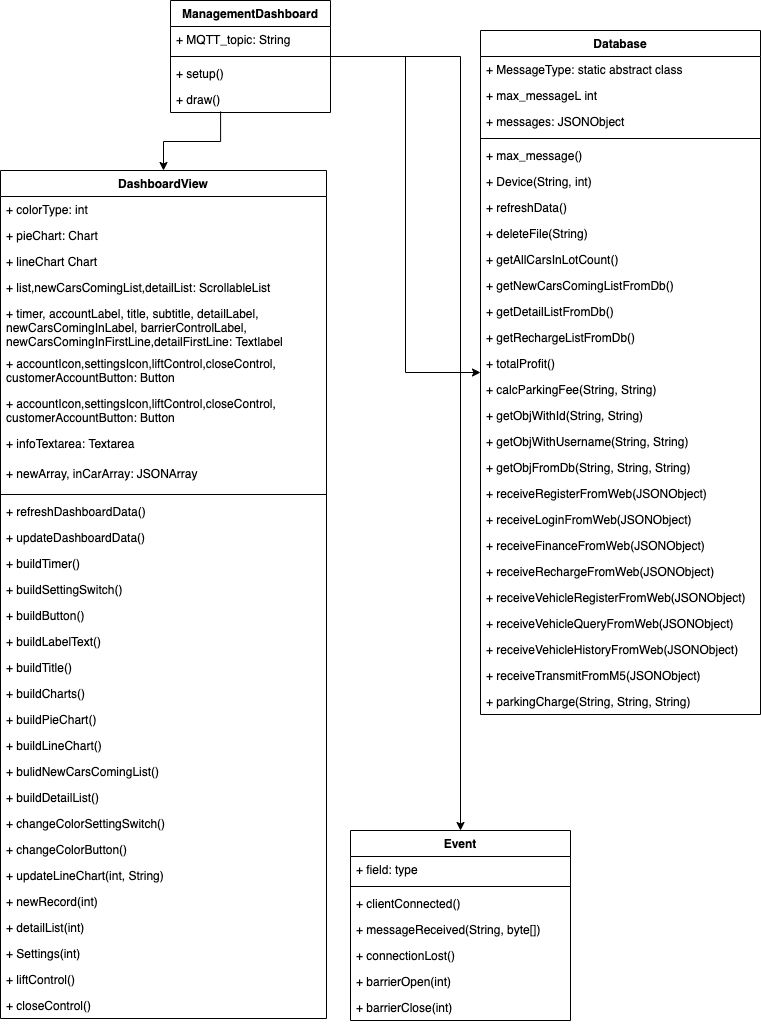
The draw.io diagram Report/System_design/desktopApp_UML.png in Nonac/PIMS, before a commit. Source tidied: cells renumbered, new cells last; positions are measured from the earlier drawing's top-left corner, leaving out a move shared by most shapes.
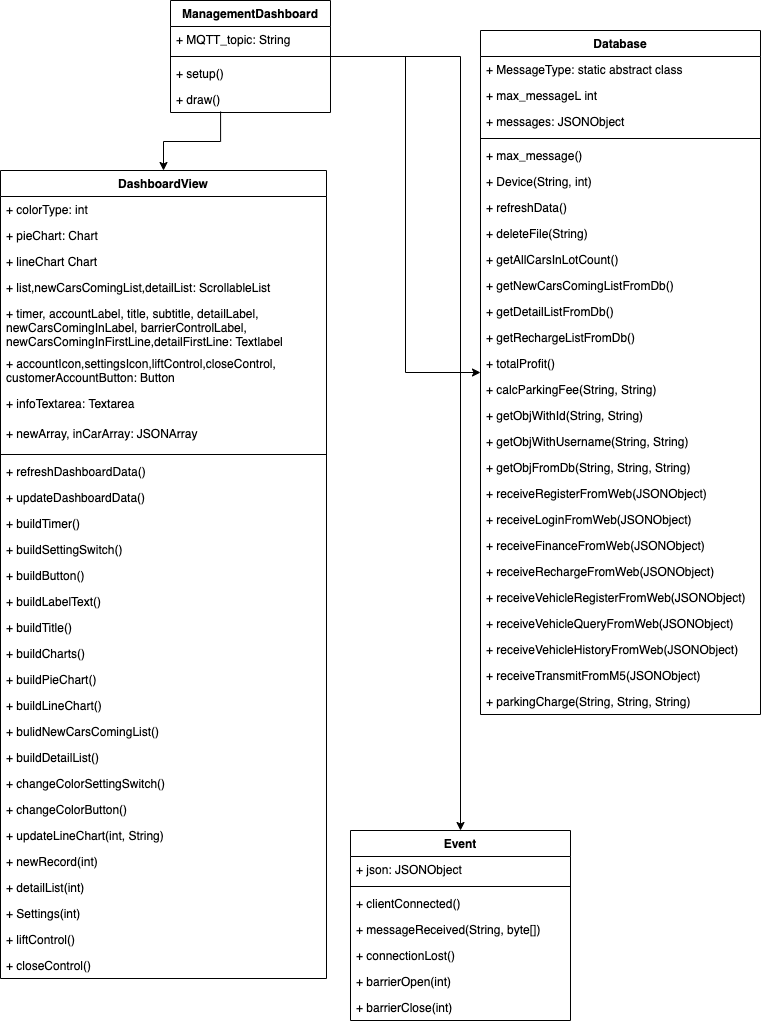
After the commit.

Commit message:
fix desktopApp UML bug

The edit, as a diff of the source:
```diff
@@ -110,7 +110,7 @@
     <mxCell id="37" value="Event" style="swimlane;fontStyle=1;align=center;verticalAlign=top;horizontal=1;startSize=26;" parent="1" vertex="1">
       <mxGeometry x="350" y="830" width="220" height="190" as="geometry" />
     </mxCell>
-    <mxCell id="38" value="+ field: type" style="text;strokeColor=none;fillColor=none;align=left;verticalAlign=top;spacingLeft=4;spacingRight=4;overflow=hidden;" parent="37" vertex="1">
+    <mxCell id="38" value="+ json: JSONObject" style="text;strokeColor=none;fillColor=none;align=left;verticalAlign=top;spacingLeft=4;spacingRight=4;overflow=hidden;" parent="37" vertex="1">
       <mxGeometry y="26" width="220" height="26" as="geometry" />
     </mxCell>
     <mxCell id="39" style="line;strokeWidth=1;fillColor=none;align=left;verticalAlign=middle;spacingTop=-1;spacingLeft=3;spacingRight=3;labelPosition=right;" parent="37" vertex="1">
@@ -132,7 +132,7 @@
       <mxGeometry y="164" width="220" height="26" as="geometry" />
     </mxCell>
     <mxCell id="45" value="DashboardView" style="swimlane;fontStyle=1;align=center;verticalAlign=top;horizontal=1;startSize=26;" parent="1" vertex="1">
-      <mxGeometry y="170" width="326" height="848" as="geometry" />
+      <mxGeometry y="170" width="326" height="808" as="geometry" />
     </mxCell>
     <mxCell id="46" value="+ colorType: int" style="text;strokeColor=none;fillColor=none;align=left;verticalAlign=top;spacingLeft=4;spacingRight=4;overflow=hidden;" parent="45" vertex="1">
       <mxGeometry y="26" width="326" height="26" as="geometry" />
@@ -149,80 +149,77 @@
     <mxCell id="50" value="+ timer, accountLabel, title, subtitle, detailLabel, &#10;newCarsComingInLabel, barrierControlLabel, &#10;newCarsComingInFirstLine,detailFirstLine: Textlabel" style="text;strokeColor=none;fillColor=none;align=left;verticalAlign=top;spacingLeft=4;spacingRight=4;overflow=hidden;" parent="45" vertex="1">
       <mxGeometry y="130" width="326" height="50" as="geometry" />
     </mxCell>
-    <mxCell id="51" value="+ accountIcon,settingsIcon,liftControl,closeControl, &#10;customerAccountButton: Button" style="text;strokeColor=none;fillColor=none;align=left;verticalAlign=top;spacingLeft=4;spacingRight=4;overflow=hidden;" parent="45" vertex="1">
-      <mxGeometry y="180" width="326" height="40" as="geometry" />
-    </mxCell>
     <mxCell id="52" value="+ accountIcon,settingsIcon,liftControl,closeControl, &#10;customerAccountButton: Button" style="text;strokeColor=none;fillColor=none;align=left;verticalAlign=top;spacingLeft=4;spacingRight=4;overflow=hidden;" parent="45" vertex="1">
-      <mxGeometry y="220" width="326" height="40" as="geometry" />
+      <mxGeometry y="180" width="326" height="40" as="geometry" />
     </mxCell>
     <mxCell id="53" value="+ infoTextarea: Textarea" style="text;strokeColor=none;fillColor=none;align=left;verticalAlign=top;spacingLeft=4;spacingRight=4;overflow=hidden;" parent="45" vertex="1">
-      <mxGeometry y="260" width="326" height="30" as="geometry" />
+      <mxGeometry y="220" width="326" height="30" as="geometry" />
     </mxCell>
     <mxCell id="54" value="+ newArray, inCarArray: JSONArray" style="text;strokeColor=none;fillColor=none;align=left;verticalAlign=top;spacingLeft=4;spacingRight=4;overflow=hidden;" parent="45" vertex="1">
-      <mxGeometry y="290" width="326" height="30" as="geometry" />
+      <mxGeometry y="250" width="326" height="30" as="geometry" />
     </mxCell>
     <mxCell id="55" style="line;strokeWidth=1;fillColor=none;align=left;verticalAlign=middle;spacingTop=-1;spacingLeft=3;spacingRight=3;labelPosition=right;" parent="45" vertex="1">
-      <mxGeometry y="320" width="326" height="8" as="geometry" />
+      <mxGeometry y="280" width="326" height="8" as="geometry" />
     </mxCell>
     <mxCell id="56" value="+ refreshDashboardData()" style="text;strokeColor=none;fillColor=none;align=left;verticalAlign=top;spacingLeft=4;spacingRight=4;overflow=hidden;" parent="45" vertex="1">
-      <mxGeometry y="328" width="326" height="26" as="geometry" />
+      <mxGeometry y="288" width="326" height="26" as="geometry" />
     </mxCell>
     <mxCell id="57" value="+ updateDashboardData()" style="text;strokeColor=none;fillColor=none;align=left;verticalAlign=top;spacingLeft=4;spacingRight=4;overflow=hidden;" parent="45" vertex="1">
-      <mxGeometry y="354" width="326" height="26" as="geometry" />
+      <mxGeometry y="314" width="326" height="26" as="geometry" />
     </mxCell>
     <mxCell id="58" value="+ buildTimer()" style="text;strokeColor=none;fillColor=none;align=left;verticalAlign=top;spacingLeft=4;spacingRight=4;overflow=hidden;" parent="45" vertex="1">
-      <mxGeometry y="380" width="326" height="26" as="geometry" />
+      <mxGeometry y="340" width="326" height="26" as="geometry" />
     </mxCell>
     <mxCell id="59" value="+ buildSettingSwitch()" style="text;strokeColor=none;fillColor=none;align=left;verticalAlign=top;spacingLeft=4;spacingRight=4;overflow=hidden;" parent="45" vertex="1">
-      <mxGeometry y="406" width="326" height="26" as="geometry" />
+      <mxGeometry y="366" width="326" height="26" as="geometry" />
     </mxCell>
     <mxCell id="60" value="+ buildButton()" style="text;strokeColor=none;fillColor=none;align=left;verticalAlign=top;spacingLeft=4;spacingRight=4;overflow=hidden;" parent="45" vertex="1">
-      <mxGeometry y="432" width="326" height="26" as="geometry" />
+      <mxGeometry y="392" width="326" height="26" as="geometry" />
     </mxCell>
     <mxCell id="61" value="+ buildLabelText()" style="text;strokeColor=none;fillColor=none;align=left;verticalAlign=top;spacingLeft=4;spacingRight=4;overflow=hidden;" parent="45" vertex="1">
-      <mxGeometry y="458" width="326" height="26" as="geometry" />
+      <mxGeometry y="418" width="326" height="26" as="geometry" />
     </mxCell>
     <mxCell id="62" value="+ buildTitle()" style="text;strokeColor=none;fillColor=none;align=left;verticalAlign=top;spacingLeft=4;spacingRight=4;overflow=hidden;" parent="45" vertex="1">
-      <mxGeometry y="484" width="326" height="26" as="geometry" />
+      <mxGeometry y="444" width="326" height="26" as="geometry" />
     </mxCell>
     <mxCell id="63" value="+ buildCharts()" style="text;strokeColor=none;fillColor=none;align=left;verticalAlign=top;spacingLeft=4;spacingRight=4;overflow=hidden;" parent="45" vertex="1">
-      <mxGeometry y="510" width="326" height="26" as="geometry" />
+      <mxGeometry y="470" width="326" height="26" as="geometry" />
     </mxCell>
     <mxCell id="64" value="+ buildPieChart()" style="text;strokeColor=none;fillColor=none;align=left;verticalAlign=top;spacingLeft=4;spacingRight=4;overflow=hidden;" parent="45" vertex="1">
-      <mxGeometry y="536" width="326" height="26" as="geometry" />
+      <mxGeometry y="496" width="326" height="26" as="geometry" />
     </mxCell>
     <mxCell id="65" value="+ buildLineChart()" style="text;strokeColor=none;fillColor=none;align=left;verticalAlign=top;spacingLeft=4;spacingRight=4;overflow=hidden;" parent="45" vertex="1">
-      <mxGeometry y="562" width="326" height="26" as="geometry" />
+      <mxGeometry y="522" width="326" height="26" as="geometry" />
     </mxCell>
     <mxCell id="66" value="+ bulidNewCarsComingList()" style="text;strokeColor=none;fillColor=none;align=left;verticalAlign=top;spacingLeft=4;spacingRight=4;overflow=hidden;" parent="45" vertex="1">
-      <mxGeometry y="588" width="326" height="26" as="geometry" />
+      <mxGeometry y="548" width="326" height="26" as="geometry" />
     </mxCell>
     <mxCell id="67" value="+ buildDetailList()" style="text;strokeColor=none;fillColor=none;align=left;verticalAlign=top;spacingLeft=4;spacingRight=4;overflow=hidden;" parent="45" vertex="1">
-      <mxGeometry y="614" width="326" height="26" as="geometry" />
+      <mxGeometry y="574" width="326" height="26" as="geometry" />
     </mxCell>
     <mxCell id="68" value="+ changeColorSettingSwitch()" style="text;strokeColor=none;fillColor=none;align=left;verticalAlign=top;spacingLeft=4;spacingRight=4;overflow=hidden;" parent="45" vertex="1">
-      <mxGeometry y="640" width="326" height="26" as="geometry" />
+      <mxGeometry y="600" width="326" height="26" as="geometry" />
     </mxCell>
     <mxCell id="69" value="+ changeColorButton()" style="text;strokeColor=none;fillColor=none;align=left;verticalAlign=top;spacingLeft=4;spacingRight=4;overflow=hidden;" parent="45" vertex="1">
-      <mxGeometry y="666" width="326" height="26" as="geometry" />
+      <mxGeometry y="626" width="326" height="26" as="geometry" />
     </mxCell>
     <mxCell id="70" value="+ updateLineChart(int, String)" style="text;strokeColor=none;fillColor=none;align=left;verticalAlign=top;spacingLeft=4;spacingRight=4;overflow=hidden;" parent="45" vertex="1">
-      <mxGeometry y="692" width="326" height="26" as="geometry" />
+      <mxGeometry y="652" width="326" height="26" as="geometry" />
     </mxCell>
     <mxCell id="71" value="+ newRecord(int)" style="text;strokeColor=none;fillColor=none;align=left;verticalAlign=top;spacingLeft=4;spacingRight=4;overflow=hidden;" parent="45" vertex="1">
-      <mxGeometry y="718" width="326" height="26" as="geometry" />
+      <mxGeometry y="678" width="326" height="26" as="geometry" />
     </mxCell>
     <mxCell id="72" value="+ detailList(int)" style="text;strokeColor=none;fillColor=none;align=left;verticalAlign=top;spacingLeft=4;spacingRight=4;overflow=hidden;points=[[0,0.5],[1,0.5]];portConstraint=eastwest;" parent="45" vertex="1">
-      <mxGeometry y="744" width="326" height="26" as="geometry" />
+      <mxGeometry y="704" width="326" height="26" as="geometry" />
     </mxCell>
     <mxCell id="73" value="+ Settings(int)" style="text;strokeColor=none;fillColor=none;align=left;verticalAlign=top;spacingLeft=4;spacingRight=4;overflow=hidden;" parent="45" vertex="1">
-      <mxGeometry y="770" width="326" height="26" as="geometry" />
+      <mxGeometry y="730" width="326" height="26" as="geometry" />
     </mxCell>
     <mxCell id="74" value="+ liftControl()" style="text;strokeColor=none;fillColor=none;align=left;verticalAlign=top;spacingLeft=4;spacingRight=4;overflow=hidden;" parent="45" vertex="1">
-      <mxGeometry y="796" width="326" height="26" as="geometry" />
+      <mxGeometry y="756" width="326" height="26" as="geometry" />
     </mxCell>
     <mxCell id="75" value="+ closeControl()" style="text;strokeColor=none;fillColor=none;align=left;verticalAlign=top;spacingLeft=4;spacingRight=4;overflow=hidden;" parent="45" vertex="1">
-      <mxGeometry y="822" width="326" height="26" as="geometry" />
+      <mxGeometry y="782" width="326" height="26" as="geometry" />
     </mxCell>
     <mxCell id="76" style="edgeStyle=orthogonalEdgeStyle;rounded=0;orthogonalLoop=1;jettySize=auto;html=1;exitX=1;exitY=0.5;exitDx=0;exitDy=0;" parent="45" edge="1" source="72" target="72">
       <mxGeometry relative="1" as="geometry" />
```
